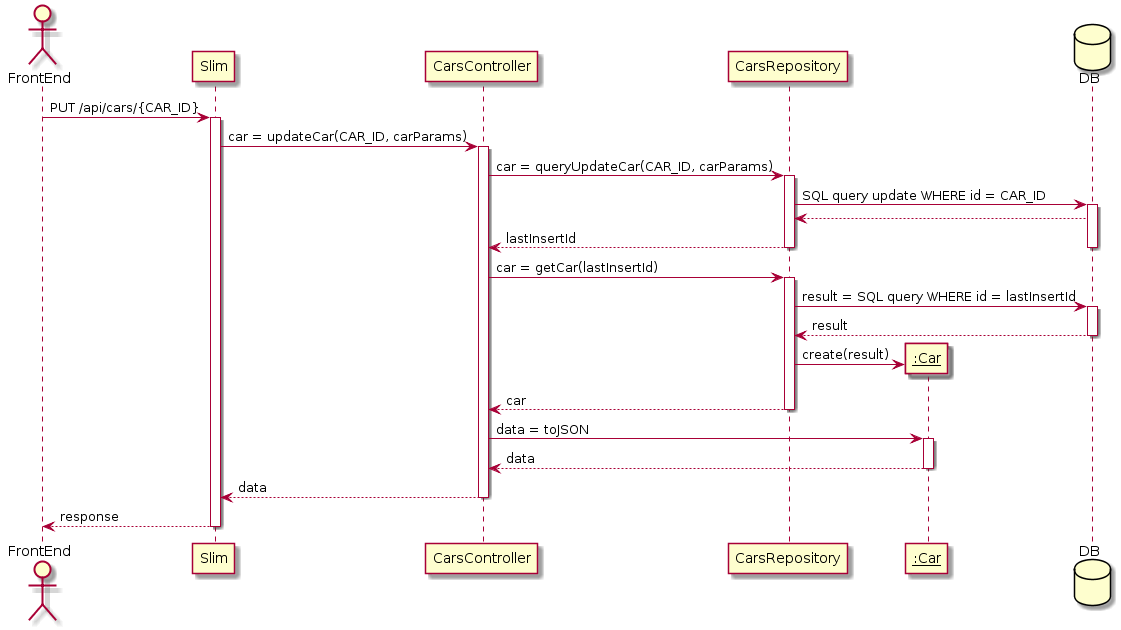
The PlantUML diagram docs/BackEnd/SequenceDiagram/UpdateCar.png in malvinkooo/taxiSystem, before a commit.
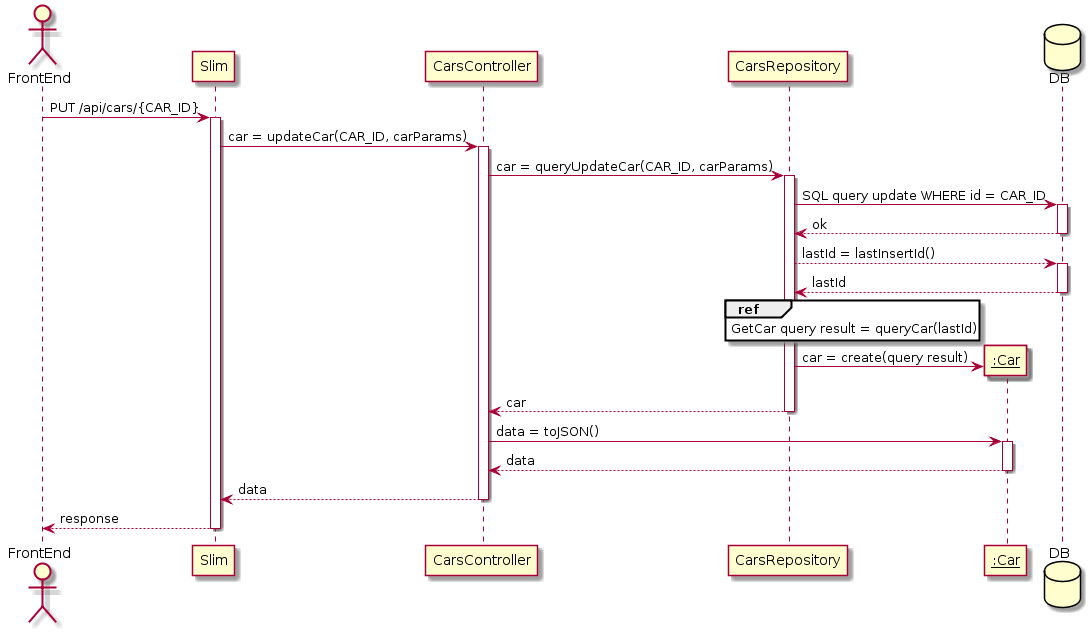
The same file after the commit.

The edit, as a diff of the source:
```diff
@@ -12,23 +12,24 @@
 activate CarsController
 CarsController -> CarsRepository : car = queryUpdateCar(CAR_ID, carParams)
 activate CarsRepository
+
 CarsRepository -> DB : SQL query update WHERE id = CAR_ID
 activate DB
-DB --> CarsRepository
-CarsRepository --> CarsController : lastInsertId
-deactivate CarsRepository
+DB --> CarsRepository : ok
 deactivate DB
-CarsController -> CarsRepository : car = getCar(lastInsertId)
-activate CarsRepository
-CarsRepository -> DB : result = SQL query WHERE id = lastInsertId
+CarsRepository --> DB : lastId = lastInsertId()
 activate DB
-DB --> CarsRepository : result
+DB --> CarsRepository : lastId
 deactivate DB
+ref over CarsRepository
+GetCar query result = queryCar(lastId)
+end ref
+
 create Car
-CarsRepository -> Car : create(result)
+CarsRepository -> Car : car = create(query result)
 CarsRepository --> CarsController : car
 deactivate CarsRepository
-CarsController -> Car : data = toJSON
+CarsController -> Car : data = toJSON()
 activate Car
 Car --> CarsController : data
 deactivate Car
```
